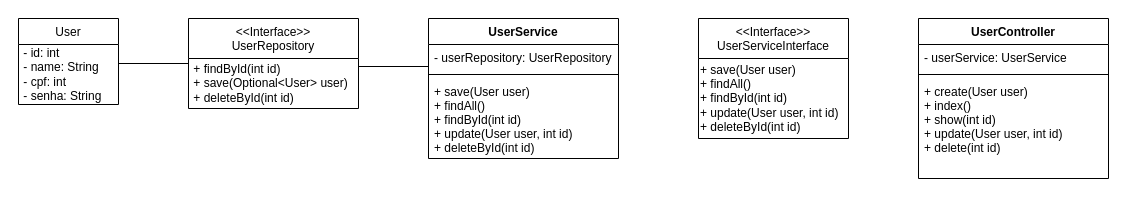
adrianolvti/cinevip keeps this draw.io diagram as documents/uml-diagram.drawio. Above is the earlier version. Source tidied: cells renumbered, new cells numbered last; positions are measured from the earlier drawing's top-left corner, leaving out a move shared by most shapes. Both pictures are drawn from the tidied source at 100%, with x=0, y=0 at pixel (18, 18).
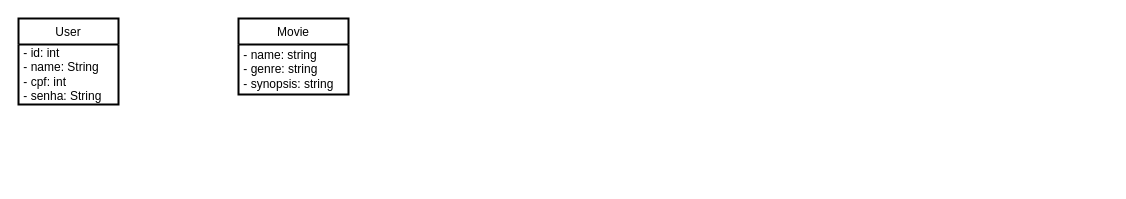
Above is the later version.

What changed in the source:
```diff
@@
 <mxGraphModel>
   <root>
     <mxCell id="0" />
     <mxCell id="1" parent="0" />
-    <mxCell id="2" value="User" style="swimlane;fontStyle=0;horizontal=1;startSize=26;fillColor=none;" parent="1" vertex="1">
+    <mxCell id="2" value="User" style="swimlane;fontStyle=0;horizontal=1;startSize=26;fillColor=none;strokeWidth=2;" parent="1" vertex="1">
       <mxGeometry width="100" height="86" as="geometry" />
     </mxCell>
-    <mxCell id="3" value="&lt;div&gt;&lt;font style=&quot;font-size: 12px&quot;&gt;&amp;nbsp;- id: int&lt;br&gt;&lt;/font&gt;&lt;/div&gt;&lt;div&gt;&lt;font style=&quot;font-size: 12px&quot;&gt;&amp;nbsp;- name: String&lt;/font&gt;&lt;/div&gt;&lt;div&gt;&lt;font style=&quot;font-size: 12px&quot;&gt;&amp;nbsp;- cpf: int&lt;/font&gt;&lt;/div&gt;&lt;div&gt;&lt;font style=&quot;font-size: 12px&quot;&gt;&amp;nbsp;- senha: String&lt;/font&gt;&lt;/div&gt;" style="text;html=1;align=left;verticalAlign=middle;strokeColor=none;fillColor=none;" parent="2" vertex="1">
+    <mxCell id="3" value="&lt;div&gt;&lt;font style=&quot;font-size: 12px&quot;&gt;&amp;nbsp;- id: int&lt;br&gt;&lt;/font&gt;&lt;/div&gt;&lt;div&gt;&lt;font style=&quot;font-size: 12px&quot;&gt;&amp;nbsp;- name: String&lt;/font&gt;&lt;/div&gt;&lt;div&gt;&lt;font style=&quot;font-size: 12px&quot;&gt;&amp;nbsp;- cpf: int&lt;/font&gt;&lt;/div&gt;&lt;div&gt;&lt;font style=&quot;font-size: 12px&quot;&gt;&amp;nbsp;- senha: String&lt;/font&gt;&lt;/div&gt;" style="text;html=1;align=left;verticalAlign=middle;strokeColor=none;fillColor=none;strokeWidth=2;" parent="2" vertex="1">
       <mxGeometry y="26" width="100" height="60" as="geometry" />
     </mxCell>
-    <mxCell id="4" value="&lt;&lt;Interface&gt;&gt;&#10;UserRepository" style="swimlane;fontStyle=0;horizontal=1;startSize=40;fillColor=none;" parent="1" vertex="1">
-      <mxGeometry x="170" width="170" height="90" as="geometry" />
-    </mxCell>
-    <mxCell id="5" value="&lt;div&gt;&lt;font style=&quot;font-size: 12px&quot;&gt;&amp;nbsp;+ findById(int id)&amp;nbsp;&lt;/font&gt;&lt;/div&gt;&lt;div&gt;&lt;font style=&quot;font-size: 12px&quot;&gt;&amp;nbsp;+ save(Optional&amp;lt;User&amp;gt; user)&lt;/font&gt;&lt;/div&gt;&lt;div&gt;&lt;font style=&quot;font-size: 12px&quot;&gt;&amp;nbsp;+ deleteById(int id)&lt;/font&gt;&lt;/div&gt;" style="text;html=1;align=left;verticalAlign=middle;strokeColor=none;fillColor=none;" parent="4" vertex="1">
-      <mxGeometry y="40" width="170" height="50" as="geometry" />
-    </mxCell>
-    <mxCell id="6" style="edgeStyle=none;html=1;endArrow=none;endFill=0;" parent="1" edge="1" target="4">
-      <mxGeometry relative="1" as="geometry">
-        <mxPoint x="100" y="45" as="sourcePoint" />
-      </mxGeometry>
-    </mxCell>
-    <mxCell id="7" value="UserService" style="swimlane;fontStyle=1;align=center;verticalAlign=top;horizontal=1;startSize=26;" parent="1" vertex="1">
-      <mxGeometry x="410" width="190" height="140" as="geometry" />
-    </mxCell>
-    <mxCell id="8" value="- userRepository: UserRepository" style="text;strokeColor=none;fillColor=none;align=left;verticalAlign=top;spacingLeft=4;spacingRight=4;overflow=hidden;points=[[0,0.5],[1,0.5]];portConstraint=eastwest;" parent="7" vertex="1">
-      <mxGeometry y="26" width="190" height="26" as="geometry" />
-    </mxCell>
-    <mxCell id="9" style="line;strokeWidth=1;fillColor=none;align=left;verticalAlign=middle;spacingTop=-1;spacingLeft=3;spacingRight=3;labelPosition=right;" parent="7" vertex="1">
-      <mxGeometry y="52" width="190" height="8" as="geometry" />
-    </mxCell>
-    <mxCell id="10" value="+ save(User user)&#10;+ findAll() &#10;+ findById(int id)&#10;+ update(User user, int id)&#10;+ deleteById(int id)" style="text;strokeColor=none;fillColor=none;align=left;verticalAlign=top;spacingLeft=4;spacingRight=4;overflow=hidden;fontSize=12;" parent="7" vertex="1">
-      <mxGeometry y="60" width="190" height="80" as="geometry" />
-    </mxCell>
-    <mxCell id="11" style="edgeStyle=none;html=1;entryX=0;entryY=0.846;entryDx=0;entryDy=0;entryPerimeter=0;endArrow=none;endFill=0;" parent="1" edge="1" target="8">
-      <mxGeometry relative="1" as="geometry">
-        <mxPoint x="340" y="48" as="sourcePoint" />
-      </mxGeometry>
-    </mxCell>
-    <mxCell id="12" value="UserController" style="swimlane;fontStyle=1;align=center;verticalAlign=top;horizontal=1;startSize=26;" parent="1" vertex="1">
-      <mxGeometry x="900" width="190" height="160" as="geometry" />
-    </mxCell>
-    <mxCell id="13" value="- userService: UserService" style="text;strokeColor=none;fillColor=none;align=left;verticalAlign=top;spacingLeft=4;spacingRight=4;overflow=hidden;" parent="12" vertex="1">
-      <mxGeometry y="26" width="190" height="26" as="geometry" />
-    </mxCell>
-    <mxCell id="14" style="line;strokeWidth=1;fillColor=none;align=left;verticalAlign=middle;spacingTop=-1;spacingLeft=3;spacingRight=3;labelPosition=right;" parent="12" vertex="1">
-      <mxGeometry y="52" width="190" height="8" as="geometry" />
-    </mxCell>
-    <mxCell id="15" value="+ create(User user)&#10;+ index()&#10;+ show(int id)&#10;+ update(User user, int id)&#10;+ delete(int id)" style="text;strokeColor=none;fillColor=none;align=left;verticalAlign=top;spacingLeft=4;spacingRight=4;overflow=hidden;" parent="12" vertex="1">
-      <mxGeometry y="60" width="190" height="100" as="geometry" />
-    </mxCell>
-    <mxCell id="16" value="&lt;&lt;Interface&gt;&gt;&#10;UserServiceInterface" style="swimlane;fontStyle=0;horizontal=1;startSize=40;fillColor=none;" parent="1" vertex="1">
-      <mxGeometry x="680" width="150" height="120" as="geometry" />
-    </mxCell>
-    <mxCell id="17" value="&lt;div&gt;&lt;font style=&quot;font-size: 12px&quot;&gt;+ save(User user)&lt;/font&gt;&lt;/div&gt;&lt;div&gt;&lt;font style=&quot;font-size: 12px&quot;&gt;+ findAll()&amp;nbsp;&lt;/font&gt;&lt;/div&gt;&lt;div&gt;&lt;font style=&quot;font-size: 12px&quot;&gt;+ findById(int id)&lt;/font&gt;&lt;/div&gt;&lt;div&gt;+ update(User user, int id)&lt;/div&gt;&lt;div&gt;+ deleteById(int id)&lt;/div&gt;" style="text;html=1;align=left;verticalAlign=middle;strokeColor=none;fillColor=none;" parent="16" vertex="1">
-      <mxGeometry y="40" width="150" height="80" as="geometry" />
-    </mxCell>
+    <mxCell id="18" value="Movie" style="swimlane;fontStyle=0;horizontal=1;startSize=26;fillColor=none;strokeWidth=2;" parent="1" vertex="1">
+      <mxGeometry x="220" width="110" height="76" as="geometry" />
+    </mxCell>
+    <mxCell id="19" value="&lt;div&gt;&lt;font style=&quot;font-size: 12px&quot;&gt;&amp;nbsp;- name: string&lt;/font&gt;&lt;/div&gt;&lt;div&gt;&lt;font style=&quot;font-size: 12px&quot;&gt;&lt;span&gt;&amp;nbsp;- genre: string&lt;/span&gt;&lt;br&gt;&lt;/font&gt;&lt;/div&gt;&lt;div&gt;&lt;font style=&quot;font-size: 12px&quot;&gt;&amp;nbsp;- synopsis: string&lt;/font&gt;&lt;/div&gt;" style="text;html=1;align=left;verticalAlign=middle;strokeColor=none;fillColor=none;strokeWidth=2;" parent="18" vertex="1">
+      <mxGeometry y="26" width="110" height="50" as="geometry" />
+    </mxCell>
   </root>
 </mxGraphModel>
```
